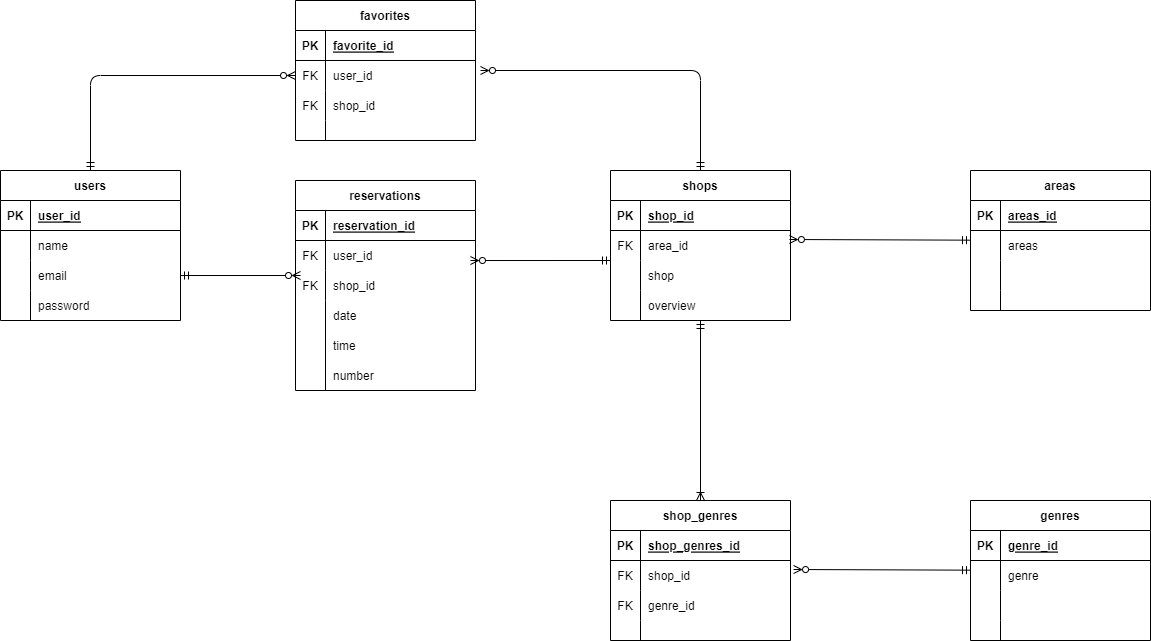
nakagawa1573/images keeps this draw.io diagram as reservation/reservation.drawio.png. Above is the earlier version. Source tidied: cells renumbered, new cells last; positions are measured from the earlier drawing's top-left corner, leaving out a move shared by most shapes.
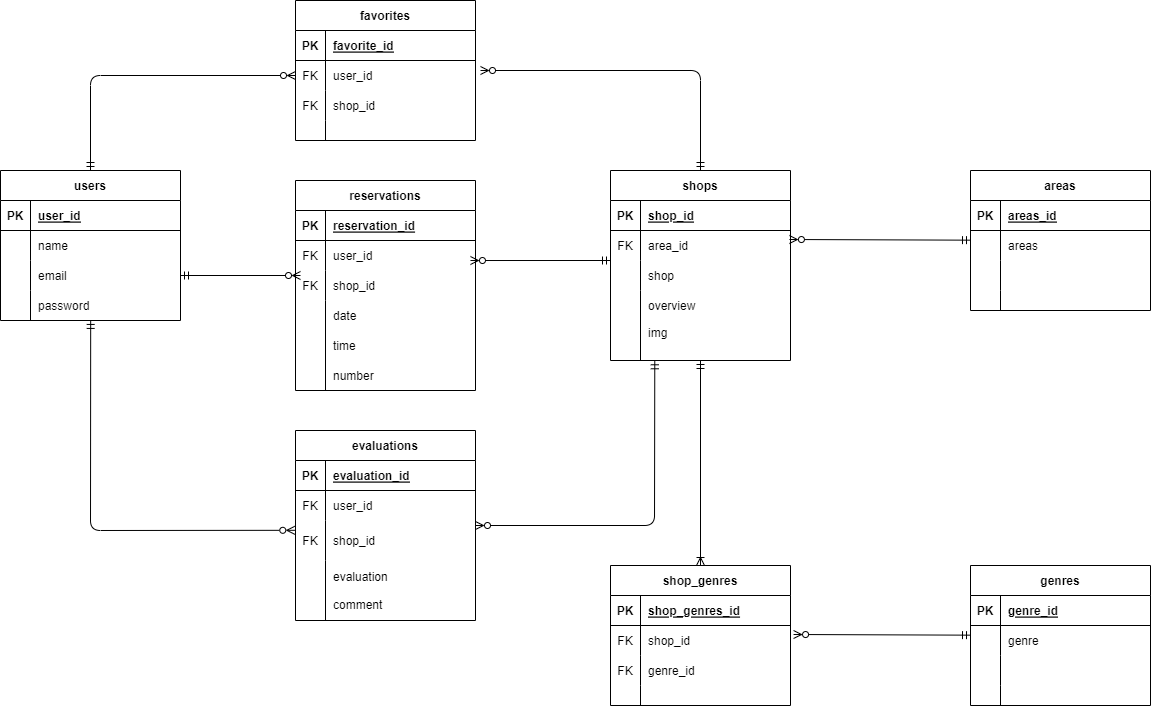
The same file after the commit.

What changed in the source:
```diff
@@ -63,7 +63,7 @@
       <mxGeometry relative="1" as="geometry" />
     </mxCell>
     <mxCell id="19" value="shops" style="shape=table;startSize=30;rowLines=0;fontStyle=1;align=center;" parent="1" vertex="1">
-      <mxGeometry x="610" y="170" width="180" height="150" as="geometry" />
+      <mxGeometry x="610" y="170" width="180" height="190" as="geometry" />
     </mxCell>
     <mxCell id="20" style="shape=tableRow;horizontal=0;startSize=0;swimlaneHead=0;swimlaneBody=0;fillColor=none;top=0;left=0;right=0;bottom=1;" parent="19" vertex="1">
       <mxGeometry y="30" width="180" height="30" as="geometry" />
@@ -93,13 +93,13 @@
       <mxGeometry x="30" width="150" height="30" as="geometry" />
     </mxCell>
     <mxCell id="29" style="shape=tableRow;horizontal=0;startSize=0;swimlaneHead=0;swimlaneBody=0;fillColor=none;points=[[0,0.5],[1,0.5]];portConstraint=eastwest;top=0;left=0;right=0;bottom=0;" parent="19" vertex="1">
-      <mxGeometry y="120" width="180" height="30" as="geometry" />
+      <mxGeometry y="120" width="180" height="70" as="geometry" />
     </mxCell>
     <mxCell id="30" style="shape=partialRectangle;fillColor=none;top=0;left=0;bottom=0;right=0;overflow=hidden;" parent="29" vertex="1">
-      <mxGeometry width="30" height="30" as="geometry" />
+      <mxGeometry width="30" height="70" as="geometry" />
     </mxCell>
-    <mxCell id="31" style="shape=partialRectangle;fillColor=none;top=0;left=0;bottom=0;right=0;align=left;spacingLeft=6;overflow=hidden;" parent="29" vertex="1">
-      <mxGeometry x="30" width="150" height="30" as="geometry" />
+    <mxCell id="31" value="&#10;img" style="shape=partialRectangle;fillColor=none;top=0;left=0;bottom=0;right=0;align=left;spacingLeft=6;overflow=hidden;" parent="29" vertex="1">
+      <mxGeometry x="30" width="150" height="70" as="geometry" />
     </mxCell>
     <mxCell id="32" value="overview" style="shape=partialRectangle;fillColor=none;top=0;left=0;bottom=0;right=0;align=left;spacingLeft=6;overflow=hidden;" parent="1" vertex="1">
       <mxGeometry x="640" y="290" width="150" height="30" as="geometry" />
@@ -195,7 +195,7 @@
       <mxGeometry relative="1" as="geometry" />
     </mxCell>
     <mxCell id="63" value="genres" style="shape=table;startSize=30;rowLines=0;fontStyle=1;align=center;" parent="1" vertex="1">
-      <mxGeometry x="970" y="500" width="180" height="140" as="geometry" />
+      <mxGeometry x="970" y="565" width="180" height="140" as="geometry" />
     </mxCell>
     <mxCell id="64" style="shape=tableRow;horizontal=0;startSize=0;swimlaneHead=0;swimlaneBody=0;fillColor=none;top=0;left=0;right=0;bottom=1;" parent="63" vertex="1">
       <mxGeometry y="30" width="180" height="30" as="geometry" />
@@ -281,7 +281,7 @@
       </mxGeometry>
     </mxCell>
     <mxCell id="91" value="shop_genres" style="shape=table;startSize=30;rowLines=0;fontStyle=1;align=center;" parent="1" vertex="1">
-      <mxGeometry x="610" y="500" width="180" height="140" as="geometry" />
+      <mxGeometry x="610" y="565" width="180" height="140" as="geometry" />
     </mxCell>
     <mxCell id="92" style="shape=tableRow;horizontal=0;startSize=0;swimlaneHead=0;swimlaneBody=0;fillColor=none;top=0;left=0;right=0;bottom=1;" parent="91" vertex="1">
       <mxGeometry y="30" width="180" height="30" as="geometry" />
@@ -319,5 +319,58 @@
     <mxCell id="103" style="shape=partialRectangle;fillColor=none;top=0;left=0;bottom=0;right=0;align=left;spacingLeft=6;overflow=hidden;" parent="101" vertex="1">
       <mxGeometry x="30" width="150" height="20" as="geometry" />
     </mxCell>
+    <mxCell id="104" value="evaluations" style="shape=table;startSize=30;rowLines=0;fontStyle=1;align=center;" parent="1" vertex="1">
+      <mxGeometry x="295" y="430" width="180" height="190" as="geometry" />
+    </mxCell>
+    <mxCell id="105" style="shape=tableRow;horizontal=0;startSize=0;swimlaneHead=0;swimlaneBody=0;fillColor=none;top=0;left=0;right=0;bottom=1;" parent="104" vertex="1">
+      <mxGeometry y="30" width="180" height="30" as="geometry" />
+    </mxCell>
+    <mxCell id="106" value="PK" style="shape=partialRectangle;fillColor=none;top=0;left=0;bottom=0;right=0;fontStyle=1;overflow=hidden;" parent="105" vertex="1">
+      <mxGeometry width="30" height="30" as="geometry" />
+    </mxCell>
+    <mxCell id="107" value="evaluation_id" style="shape=partialRectangle;fillColor=none;top=0;left=0;bottom=0;right=0;align=left;spacingLeft=6;fontStyle=5;overflow=hidden;" parent="105" vertex="1">
+      <mxGeometry x="30" width="150" height="30" as="geometry" />
+    </mxCell>
+    <mxCell id="108" style="shape=tableRow;horizontal=0;startSize=0;swimlaneHead=0;swimlaneBody=0;fillColor=none;top=0;left=0;right=0;bottom=0;" parent="104" vertex="1">
+      <mxGeometry y="60" width="180" height="30" as="geometry" />
+    </mxCell>
+    <mxCell id="109" value="FK" style="shape=partialRectangle;fillColor=none;top=0;left=0;bottom=0;right=0;overflow=hidden;" parent="108" vertex="1">
+      <mxGeometry width="30" height="30" as="geometry" />
+    </mxCell>
+    <mxCell id="110" value="user_id" style="shape=partialRectangle;fillColor=none;top=0;left=0;bottom=0;right=0;align=left;spacingLeft=6;overflow=hidden;" parent="108" vertex="1">
+      <mxGeometry x="30" width="150" height="30" as="geometry" />
+    </mxCell>
+    <mxCell id="111" style="shape=tableRow;horizontal=0;startSize=0;swimlaneHead=0;swimlaneBody=0;fillColor=none;points=[[0,0.5],[1,0.5]];portConstraint=eastwest;top=0;left=0;right=0;bottom=0;" parent="104" vertex="1">
+      <mxGeometry y="90" width="180" height="40" as="geometry" />
+    </mxCell>
+    <mxCell id="112" value="FK" style="shape=partialRectangle;fillColor=none;top=0;left=0;bottom=0;right=0;overflow=hidden;" parent="111" vertex="1">
+      <mxGeometry width="30" height="40" as="geometry" />
+    </mxCell>
+    <mxCell id="113" value="shop_id" style="shape=partialRectangle;fillColor=none;top=0;left=0;bottom=0;right=0;align=left;spacingLeft=6;overflow=hidden;" parent="111" vertex="1">
+      <mxGeometry x="30" width="150" height="40" as="geometry" />
+    </mxCell>
+    <mxCell id="114" style="shape=tableRow;horizontal=0;startSize=0;swimlaneHead=0;swimlaneBody=0;fillColor=none;top=0;left=0;right=0;bottom=0;" parent="104" vertex="1">
+      <mxGeometry y="130" width="180" height="60" as="geometry" />
+    </mxCell>
+    <mxCell id="115" style="shape=partialRectangle;fillColor=none;top=0;left=0;bottom=0;right=0;overflow=hidden;" parent="114" vertex="1">
+      <mxGeometry width="30" height="60" as="geometry" />
+    </mxCell>
+    <mxCell id="116" value="evaluation&#10;&#10;comment" style="shape=partialRectangle;fillColor=none;top=0;left=0;bottom=0;right=0;align=left;spacingLeft=6;overflow=hidden;" parent="114" vertex="1">
+      <mxGeometry x="30" width="150" height="60" as="geometry" />
+    </mxCell>
+    <mxCell id="117" style="endArrow=ERmandOne;html=1;rounded=1;startArrow=ERzeroToMany;startFill=0;entryX=0.246;entryY=1.004;entryDx=0;entryDy=0;entryPerimeter=0;endFill=0;" parent="1" edge="1" source="104" target="29">
+      <mxGeometry relative="1" as="geometry">
+        <Array as="points">
+          <mxPoint x="654" y="525" />
+        </Array>
+      </mxGeometry>
+    </mxCell>
+    <mxCell id="118" style="endArrow=ERzeroToMany;html=1;rounded=1;exitX=0.501;exitY=0.998;exitDx=0;exitDy=0;exitPerimeter=0;entryX=-0.004;entryY=0.245;entryDx=0;entryDy=0;entryPerimeter=0;startArrow=ERmandOne;startFill=0;endFill=0;" parent="1" edge="1" source="13" target="111">
+      <mxGeometry relative="1" as="geometry">
+        <Array as="points">
+          <mxPoint x="90" y="530" />
+        </Array>
+      </mxGeometry>
+    </mxCell>
   </root>
 </mxGraphModel>
```
